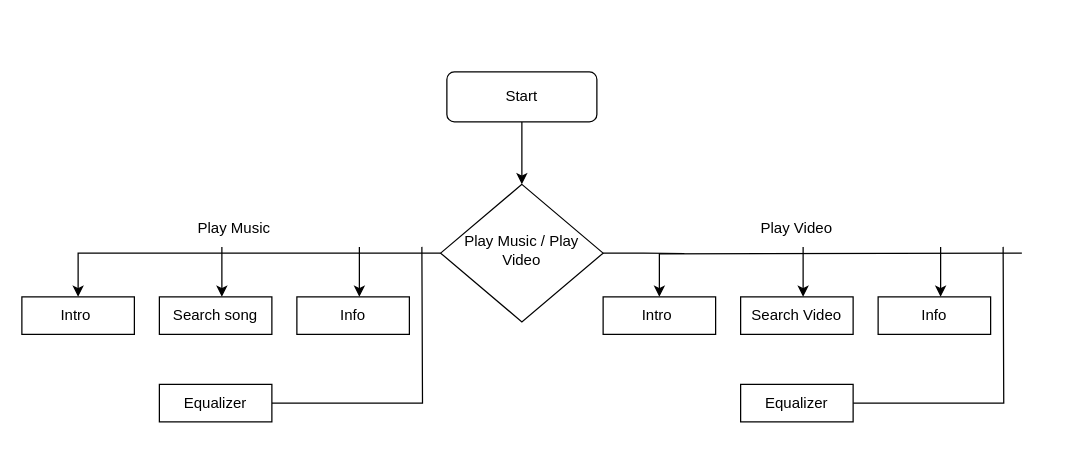
The draw.io diagram MuVid Player.drawio in aj2381999/muvidplayer, before the edit. Source tidied: cells renumbered, new cells numbered last; positions are measured from the earlier drawing's top-left corner, leaving out a move shared by most shapes. Both pictures are drawn from the tidied source at 125%, with x=0, y=0 at pixel (21, 71).
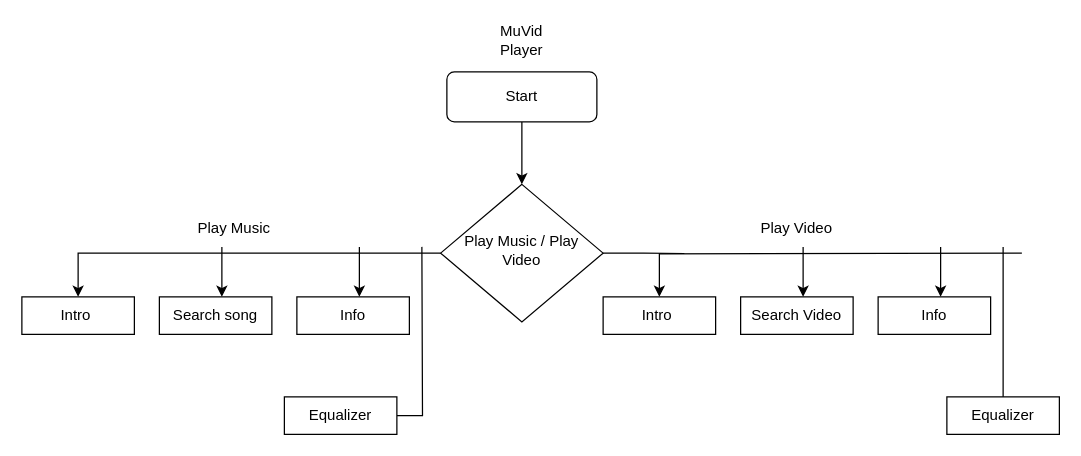
After the change.

Diff of the diagram source:
```diff
@@
     <mxCell id="9" value="Equalizer" style="rounded=0;whiteSpace=wrap;html=1;" parent="1" vertex="1">
-      <mxGeometry x="110" y="250" width="90" height="30" as="geometry" />
+      <mxGeometry x="210" y="260" width="90" height="30" as="geometry" />
     </mxCell>
@@
     <mxCell id="17" value="Equalizer" style="rounded=0;whiteSpace=wrap;html=1;" parent="1" vertex="1">
-      <mxGeometry x="575" y="250" width="90" height="30" as="geometry" />
+      <mxGeometry x="740" y="260" width="90" height="30" as="geometry" />
     </mxCell>
@@
+    <mxCell id="24" value="MuVid Player" style="text;html=1;strokeColor=none;fillColor=none;align=center;verticalAlign=middle;whiteSpace=wrap;rounded=0;" parent="1" vertex="1">
+      <mxGeometry x="370" y="-40" width="60" height="30" as="geometry" />
+    </mxCell>
```
